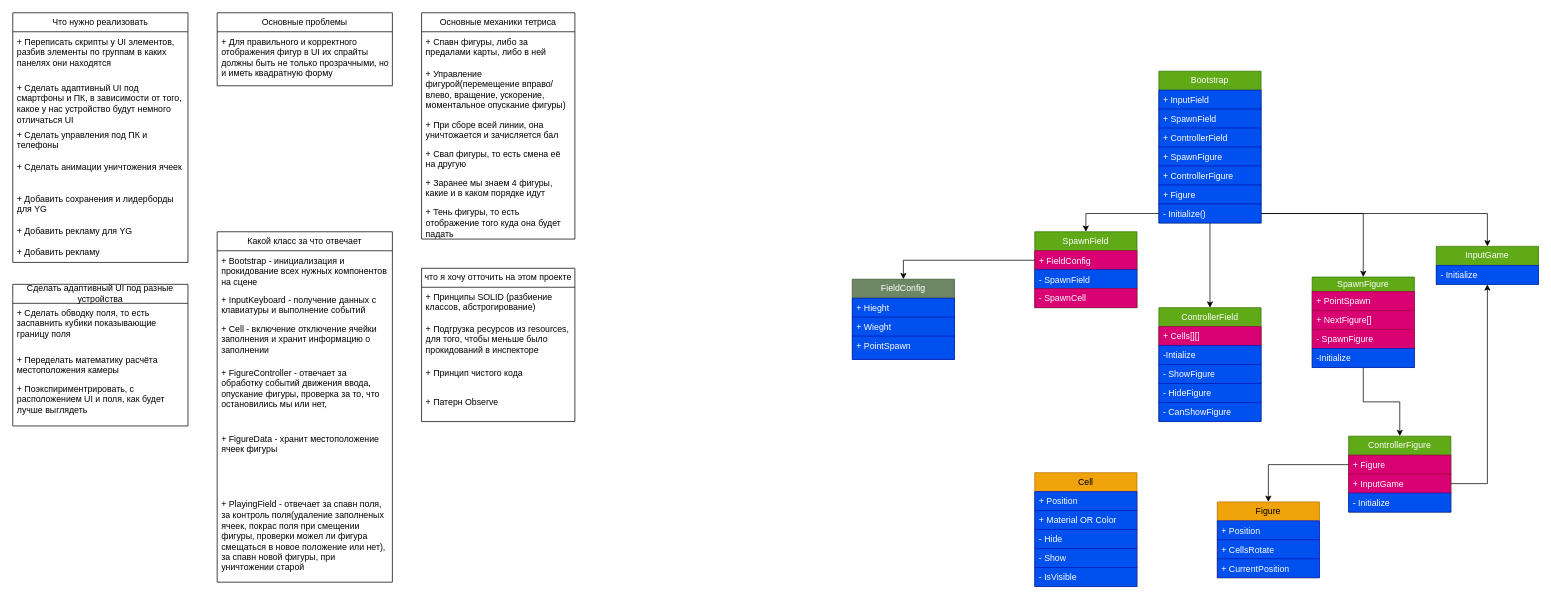
The draw.io diagram TetrisGame.drawio in Bablakov/Tetris, before the edit. Source tidied: cells renumbered, new cells numbered last; positions are measured from the earlier drawing's top-left corner, leaving out a move shared by most shapes. Both pictures are drawn from the tidied source at 73%, with x=0, y=0 at pixel (12, 12).
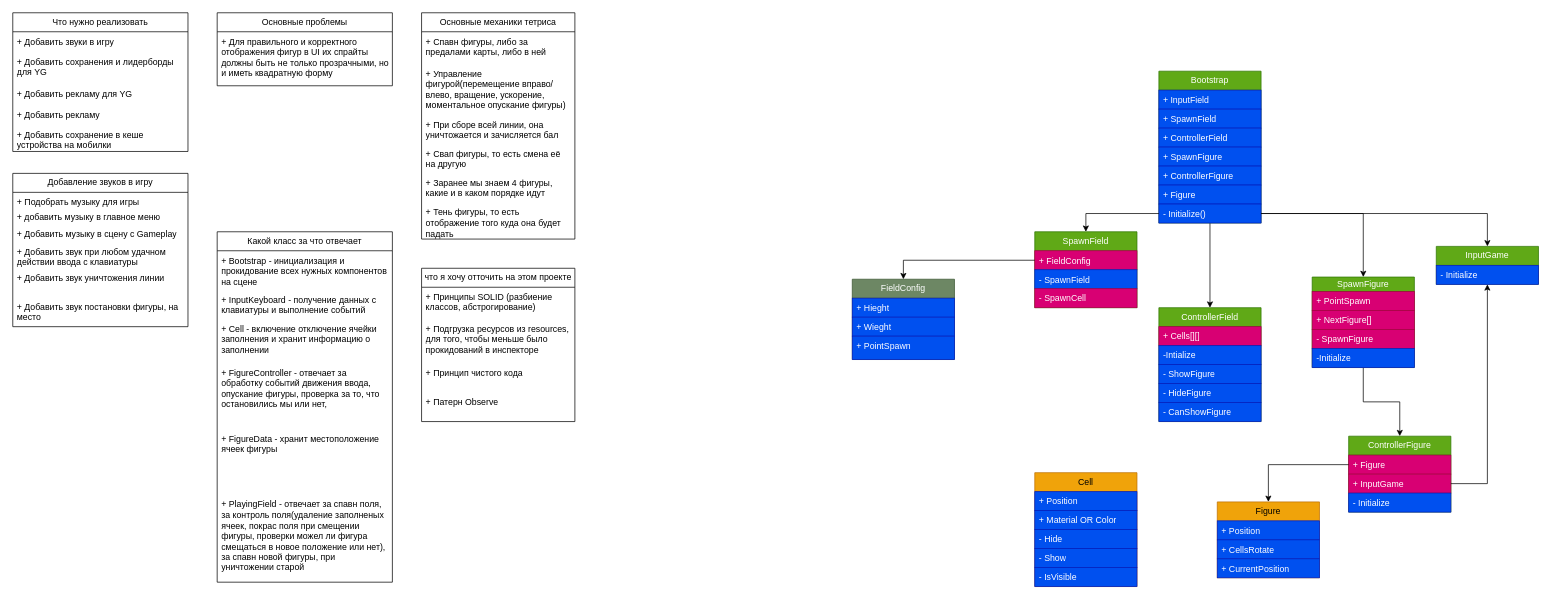
After the change.

Diff of the diagram source:
```diff
@@
     <mxCell id="2" value="Что нужно реализовать" style="swimlane;fontStyle=0;horizontal=1;startSize=26;fillColor=none;whiteSpace=wrap;html=1;" parent="1" vertex="1">
-      <mxGeometry width="240" height="342" as="geometry" />
+      <mxGeometry width="240" height="190" as="geometry" />
     </mxCell>
-    <mxCell id="3" value="+ Переписать скрипты у UI элементов, разбив элементы по группам в каких панелях они находятся" style="text;strokeColor=none;fillColor=none;align=left;verticalAlign=top;spacingLeft=4;spacingRight=4;overflow=hidden;whiteSpace=wrap;html=1;" parent="2" vertex="1">
-      <mxGeometry y="26" width="240" height="64" as="geometry" />
-    </mxCell>
-    <mxCell id="4" value="+ Сделать адаптивный UI под смартфоны и ПК, в зависимости от того, какое у нас устройство будут немного отличаться UI" style="text;strokeColor=none;fillColor=none;align=left;verticalAlign=top;spacingLeft=4;spacingRight=4;overflow=hidden;whiteSpace=wrap;html=1;" parent="2" vertex="1">
-      <mxGeometry y="90" width="240" height="64" as="geometry" />
-    </mxCell>
-    <mxCell id="5" value="+ Сделать управления под ПК и телефоны" style="text;strokeColor=none;fillColor=none;align=left;verticalAlign=top;spacingLeft=4;spacingRight=4;overflow=hidden;whiteSpace=wrap;html=1;" parent="2" vertex="1">
-      <mxGeometry y="154" width="240" height="44" as="geometry" />
-    </mxCell>
-    <mxCell id="6" value="+ Сделать анимации уничтожения ячеек" style="text;strokeColor=none;fillColor=none;align=left;verticalAlign=top;spacingLeft=4;spacingRight=4;overflow=hidden;whiteSpace=wrap;html=1;" parent="2" vertex="1">
-      <mxGeometry y="198" width="240" height="44" as="geometry" />
-    </mxCell>
+    <mxCell id="86" value="+ Добавить звуки в игру" style="text;strokeColor=none;fillColor=none;align=left;verticalAlign=top;spacingLeft=4;spacingRight=4;overflow=hidden;whiteSpace=wrap;html=1;" parent="2" vertex="1">
+      <mxGeometry y="26" width="240" height="28" as="geometry" />
+    </mxCell>
     <mxCell id="7" value="+ Добавить сохранения и лидерборды для YG" style="text;strokeColor=none;fillColor=none;align=left;verticalAlign=top;spacingLeft=4;spacingRight=4;overflow=hidden;whiteSpace=wrap;html=1;" parent="2" vertex="1">
-      <mxGeometry y="242" width="240" height="44" as="geometry" />
+      <mxGeometry y="54" width="240" height="44" as="geometry" />
     </mxCell>
     <mxCell id="8" value="+ Добавить рекламу для YG" style="text;strokeColor=none;fillColor=none;align=left;verticalAlign=top;spacingLeft=4;spacingRight=4;overflow=hidden;whiteSpace=wrap;html=1;" parent="2" vertex="1">
-      <mxGeometry y="286" width="240" height="28" as="geometry" />
+      <mxGeometry y="98" width="240" height="28" as="geometry" />
     </mxCell>
     <mxCell id="9" value="+ Добавить рекламу" style="text;strokeColor=none;fillColor=none;align=left;verticalAlign=top;spacingLeft=4;spacingRight=4;overflow=hidden;whiteSpace=wrap;html=1;" parent="2" vertex="1">
-      <mxGeometry y="314" width="240" height="28" as="geometry" />
+      <mxGeometry y="126" width="240" height="28" as="geometry" />
     </mxCell>
+    <mxCell id="87" value="+ Добавить сохранение в кеше устройства на мобилки" style="text;strokeColor=none;fillColor=none;align=left;verticalAlign=top;spacingLeft=4;spacingRight=4;overflow=hidden;whiteSpace=wrap;html=1;" parent="2" vertex="1">
+      <mxGeometry y="154" width="240" height="36" as="geometry" />
+    </mxCell>
@@
-    <mxCell id="82" value="Сделать адаптивный UI под разные устройства" style="swimlane;fontStyle=0;horizontal=1;startSize=26;fillColor=none;whiteSpace=wrap;html=1;" parent="1" vertex="1">
-      <mxGeometry y="372" width="240" height="194" as="geometry" />
-    </mxCell>
-    <mxCell id="83" value="+ Сделать обводку поля, то есть заспавнить кубики показывающие границу поля" style="text;strokeColor=none;fillColor=none;align=left;verticalAlign=top;spacingLeft=4;spacingRight=4;overflow=hidden;whiteSpace=wrap;html=1;" parent="82" vertex="1">
-      <mxGeometry y="26" width="240" height="64" as="geometry" />
-    </mxCell>
-    <mxCell id="84" value="+ Переделать математику расчёта местоположения камеры" style="text;strokeColor=none;fillColor=none;align=left;verticalAlign=top;spacingLeft=4;spacingRight=4;overflow=hidden;whiteSpace=wrap;html=1;" parent="82" vertex="1">
-      <mxGeometry y="90" width="240" height="40" as="geometry" />
-    </mxCell>
-    <mxCell id="85" value="+ Поэкспириментрировать, с расположением UI и поля, как будет лучше выглядеть" style="text;strokeColor=none;fillColor=none;align=left;verticalAlign=top;spacingLeft=4;spacingRight=4;overflow=hidden;whiteSpace=wrap;html=1;" parent="82" vertex="1">
-      <mxGeometry y="130" width="240" height="64" as="geometry" />
-    </mxCell>
+    <mxCell id="88" value="Добавление звуков в игру" style="swimlane;fontStyle=0;horizontal=1;startSize=26;fillColor=none;whiteSpace=wrap;html=1;" parent="1" vertex="1">
+      <mxGeometry y="220" width="240" height="210" as="geometry" />
+    </mxCell>
+    <mxCell id="89" value="&lt;div&gt;+ Подобрать музыку для игры&lt;/div&gt;&lt;div&gt;&lt;br&gt;&lt;/div&gt;" style="text;strokeColor=none;fillColor=none;align=left;verticalAlign=top;spacingLeft=4;spacingRight=4;overflow=hidden;whiteSpace=wrap;html=1;" parent="88" vertex="1">
+      <mxGeometry y="26" width="240" height="20" as="geometry" />
+    </mxCell>
+    <mxCell id="90" value="+ добавить музыку в главное меню&lt;div&gt;&lt;br&gt;&lt;/div&gt;" style="text;strokeColor=none;fillColor=none;align=left;verticalAlign=top;spacingLeft=4;spacingRight=4;overflow=hidden;whiteSpace=wrap;html=1;" parent="88" vertex="1">
+      <mxGeometry y="46" width="240" height="24" as="geometry" />
+    </mxCell>
+    <mxCell id="91" value="&lt;div&gt;+ Добавить музыку в сцену с Gameplay&lt;/div&gt;" style="text;strokeColor=none;fillColor=none;align=left;verticalAlign=top;spacingLeft=4;spacingRight=4;overflow=hidden;whiteSpace=wrap;html=1;" parent="88" vertex="1">
+      <mxGeometry y="70" width="240" height="24" as="geometry" />
+    </mxCell>
+    <mxCell id="92" value="+ Добавить звук при любом удачном действии ввода с клавиатуры&lt;div&gt;&lt;br&gt;&lt;/div&gt;" style="text;strokeColor=none;fillColor=none;align=left;verticalAlign=top;spacingLeft=4;spacingRight=4;overflow=hidden;whiteSpace=wrap;html=1;" parent="88" vertex="1">
+      <mxGeometry y="94" width="240" height="36" as="geometry" />
+    </mxCell>
+    <mxCell id="93" value="&lt;div&gt;+ Добавить звук уничтожения линии&lt;/div&gt;" style="text;strokeColor=none;fillColor=none;align=left;verticalAlign=top;spacingLeft=4;spacingRight=4;overflow=hidden;whiteSpace=wrap;html=1;" parent="88" vertex="1">
+      <mxGeometry y="130" width="240" height="40" as="geometry" />
+    </mxCell>
+    <mxCell id="94" value="&lt;div&gt;+ Добавить звук постановки фигуры, на место&amp;nbsp;&lt;/div&gt;" style="text;strokeColor=none;fillColor=none;align=left;verticalAlign=top;spacingLeft=4;spacingRight=4;overflow=hidden;whiteSpace=wrap;html=1;" parent="88" vertex="1">
+      <mxGeometry y="170" width="240" height="40" as="geometry" />
+    </mxCell>
```
